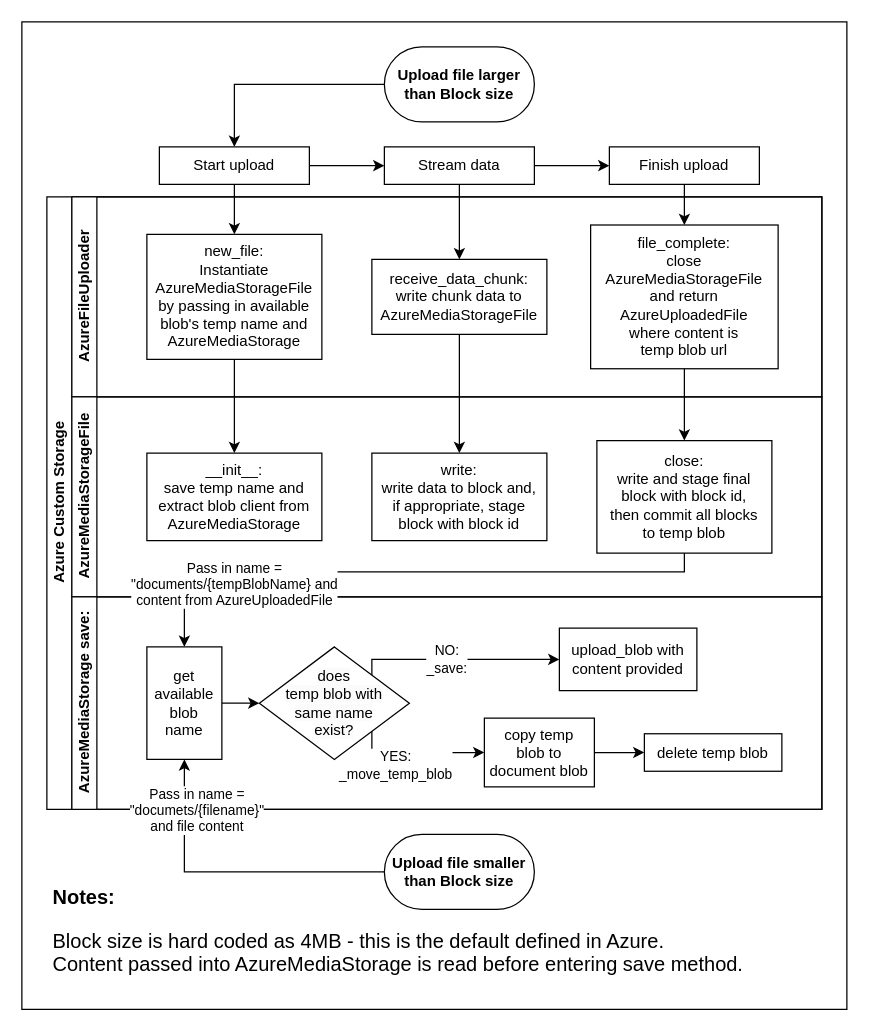
Above: campaignresourcecentre/custom_storages/upload_flow.drawio in nhsuk/dct.crc.cms (draw.io), before the change. Source tidied: cells renumbered, new cells numbered last; positions are measured from the earlier drawing's top-left corner, leaving out a move shared by most shapes. Both pictures are drawn from the tidied source at 125%, with x=0, y=0 at pixel (21, 21).
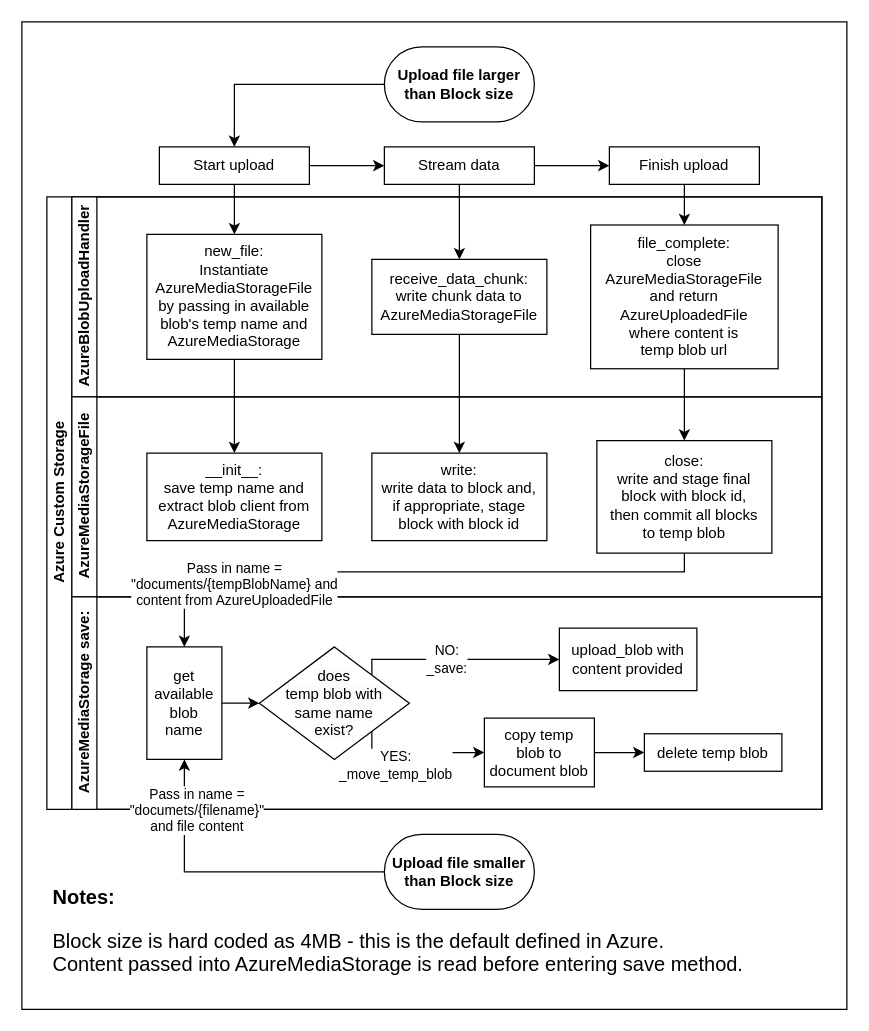
The same page after the edit.

Unchanged cells that the change refers to:
```xml
<mxCell id="3" value="Azure Custom Storage" style="swimlane;html=1;horizontal=0;startSize=20;direction=east;" parent="1" vertex="1">
  <mxGeometry x="20" y="140" width="620" height="490" as="geometry" />
</mxCell>
```

Change to the diagram source:
```diff
@@
-    <mxCell id="4" value="AzureFileUploader" style="swimlane;html=1;startSize=20;horizontal=0;" parent="3" vertex="1">
+    <mxCell id="4" value="AzureBlobUploadHandler" style="swimlane;html=1;startSize=20;horizontal=0;" parent="3" vertex="1">
       <mxGeometry x="20" width="600" height="160" as="geometry" />
     </mxCell>
```
